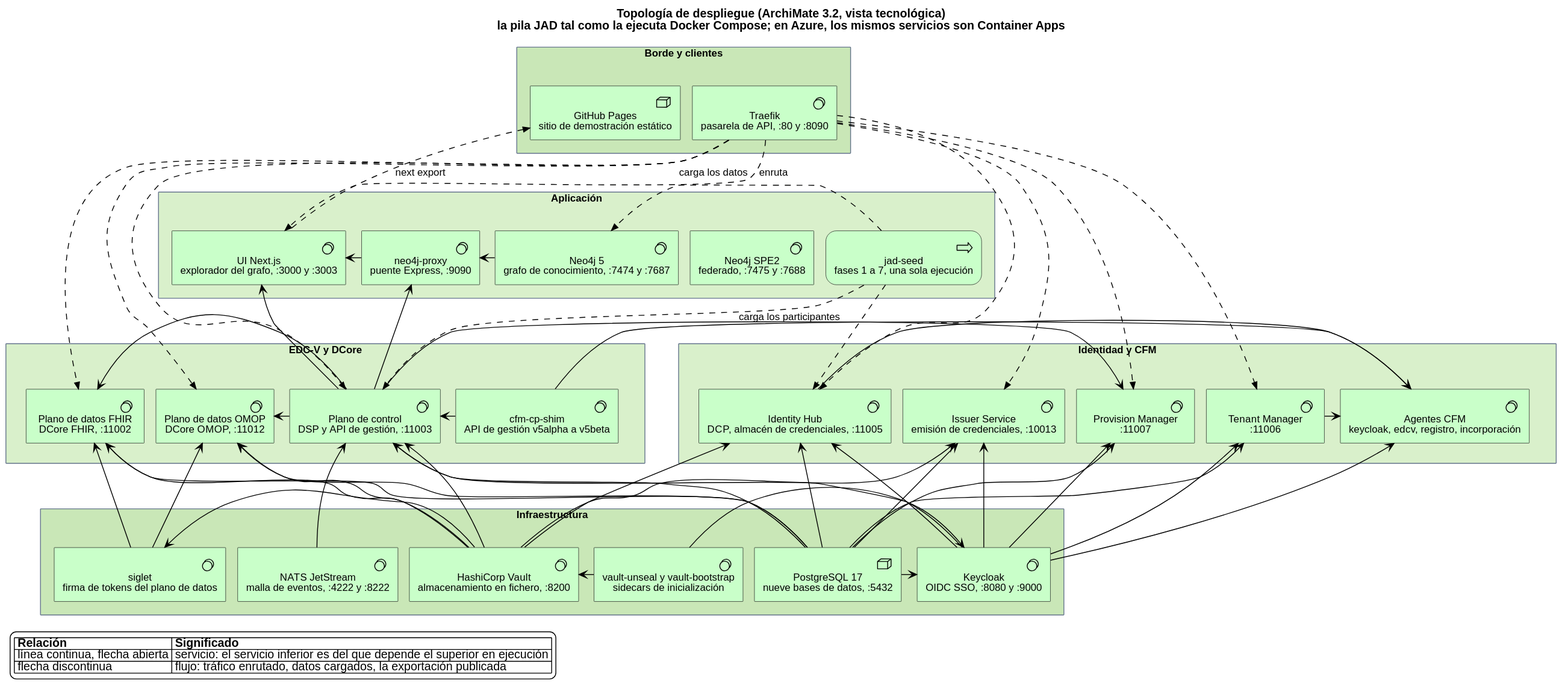
Before: docs/architecture/img/deployment.es.svg, a diagram exported from PlantUML (ma3u/MinimumViableHealthDataspacev2).
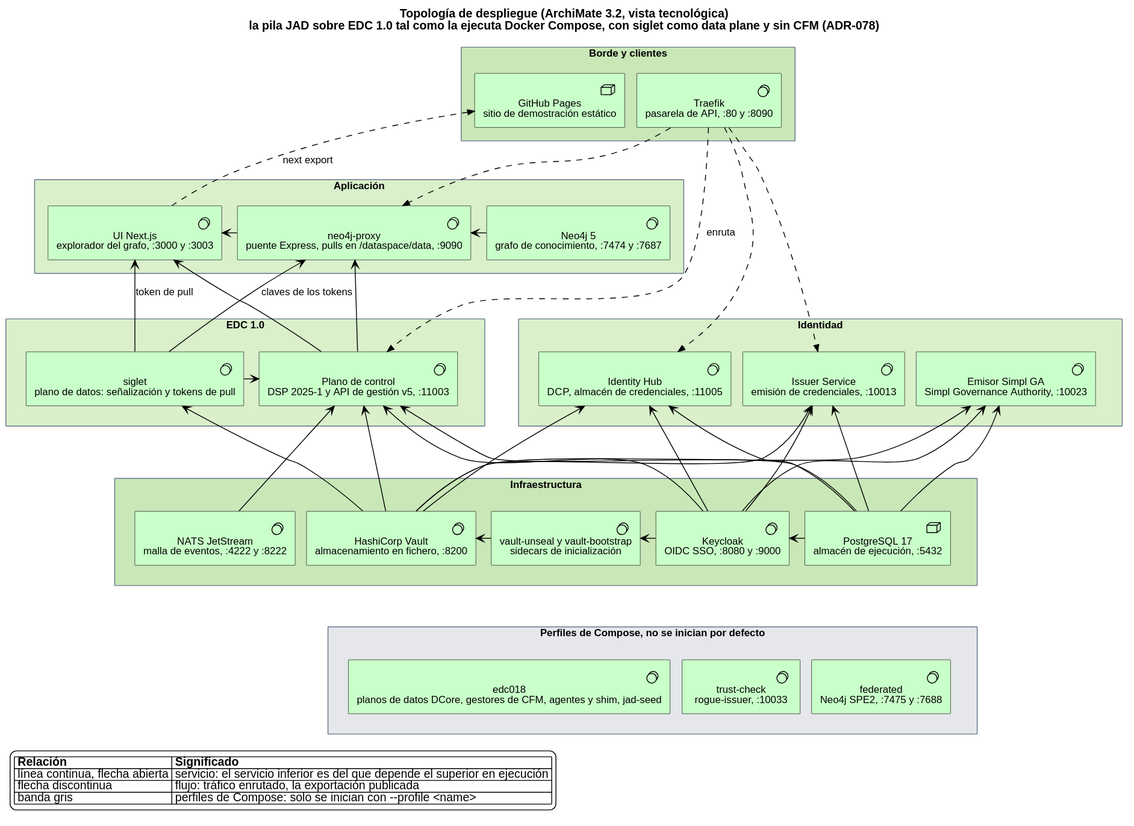
Above is the later version.

What changed in the source:
```diff
@@ -1,6 +1,6 @@
 @startuml
 !include <archimate/Archimate>
-title Topología de despliegue (ArchiMate 3.2, vista tecnológica)\nla pila JAD tal como la ejecuta Docker Compose; en Azure, los mismos servicios son Container Apps
+title Topología de despliegue (ArchiMate 3.2, vista tecnológica)\nla pila JAD sobre EDC 1.0 tal como la ejecuta Docker Compose, con siglet como data plane y sin CFM (ADR-078)
 skinparam defaultFontName Helvetica
 skinparam shadowing false
 skinparam nodesep 14
@@ -16,64 +16,50 @@
 }
 rectangle "Aplicación" as APP #D9F0CB {
   Technology_SystemSoftware(ui, "UI Next.js\nexplorador del grafo, :3000 y :3003")
-  Technology_SystemSoftware(proxy, "neo4j-proxy\npuente Express, :9090")
+  Technology_SystemSoftware(proxy, "neo4j-proxy\npuente Express, pulls en /dataspace/data, :9090")
   Technology_SystemSoftware(neo4j, "Neo4j 5\ngrafo de conocimiento, :7474 y :7687")
-  Technology_SystemSoftware(neo4j2, "Neo4j SPE2\nfederado, :7475 y :7688")
-  Technology_Process(seed, "jad-seed\nfases 1 a 7, una sola ejecución")
 }
-rectangle "EDC-V y DCore" as EDC #D9F0CB {
-  Technology_SystemSoftware(cp, "Plano de control\nDSP y API de gestión, :11003")
-  Technology_SystemSoftware(dpf, "Plano de datos FHIR\nDCore FHIR, :11002")
-  Technology_SystemSoftware(dpo, "Plano de datos OMOP\nDCore OMOP, :11012")
-  Technology_SystemSoftware(shim, "cfm-cp-shim\nAPI de gestión v5alpha a v5beta")
+rectangle "EDC 1.0" as EDC #D9F0CB {
+  Technology_SystemSoftware(cp, "Plano de control\nDSP 2025-1 y API de gestión v5, :11003")
+  Technology_SystemSoftware(sig, "siglet\nplano de datos: señalización y tokens de pull")
 }
-rectangle "Identidad y CFM" as IDM #D9F0CB {
+rectangle "Identidad" as IDM #D9F0CB {
   Technology_SystemSoftware(ih, "Identity Hub\nDCP, almacén de credenciales, :11005")
   Technology_SystemSoftware(is, "Issuer Service\nemisión de credenciales, :10013")
-  Technology_SystemSoftware(tm, "Tenant Manager\n:11006")
-  Technology_SystemSoftware(pm, "Provision Manager\n:11007")
-  Technology_SystemSoftware(agents, "Agentes CFM\nkeycloak, edcv, registro, incorporación")
+  Technology_SystemSoftware(sga, "Emisor Simpl GA\nSimpl Governance Authority, :10023")
 }
 rectangle "Infraestructura" as INFRA #C9E7B7 {
   Technology_SystemSoftware(kc, "Keycloak\nOIDC SSO, :8080 y :9000")
-  Technology_Node(pg, "PostgreSQL 17\nnueve bases de datos, :5432")
+  Technology_Node(pg, "PostgreSQL 17\nalmacén de ejecución, :5432")
   Technology_SystemSoftware(vault, "HashiCorp Vault\nalmacenamiento en fichero, :8200")
   Technology_SystemSoftware(vu, "vault-unseal y vault-bootstrap\nsidecars de inicialización")
-  Technology_SystemSoftware(sig, "siglet\nfirma de tokens del plano de datos")
   Technology_SystemSoftware(nats, "NATS JetStream\nmalla de eventos, :4222 y :8222")
 }
+rectangle "Perfiles de Compose, no se inician por defecto" as PROF #E5E7EB {
+  Technology_SystemSoftware(e018, "edc018\nplanos de datos DCore, gestores de CFM, agentes y shim, jad-seed")
+  Technology_SystemSoftware(trust, "trust-check\nrogue-issuer, :10033")
+  Technology_SystemSoftware(fed, "federated\nNeo4j SPE2, :7475 y :7688")
+}
 
-Rel_Flow(tfk, ui, "enruta")
-Rel_Flow(tfk, cp, " ")
-Rel_Flow(tfk, dpf, " ")
-Rel_Flow(tfk, dpo, " ")
+Rel_Flow(tfk, cp, "enruta")
+Rel_Flow(tfk, proxy, " ")
 Rel_Flow(tfk, ih, " ")
 Rel_Flow(tfk, is, " ")
-Rel_Flow(tfk, tm, " ")
-Rel_Flow(tfk, pm, " ")
 Rel_Flow_Up(ui, ghp, "next export")
 
 Rel_Serving_Right(proxy, ui)
 Rel_Serving_Up(cp, ui)
 Rel_Serving_Up(cp, proxy)
 Rel_Serving_Right(neo4j, proxy)
-Rel_Flow_Right(seed, neo4j, "carga los datos")
-Rel_Flow(seed, cp, "carga los participantes")
-Rel_Flow(seed, ih, " ")
+Rel_Serving_Up(sig, ui, "token de pull")
+Rel_Serving_Up(sig, proxy, "claves de los tokens")
 
 Rel_Serving_Up(pg, cp)
 Rel_Serving_Up(vault, cp)
 Rel_Serving_Up(nats, cp)
 Rel_Serving_Up(kc, cp)
-Rel_Serving_Left(cp, dpf)
-Rel_Serving_Left(cp, dpo)
-Rel_Serving_Up(pg, dpf)
-Rel_Serving_Up(vault, dpf)
-Rel_Serving_Up(pg, dpo)
-Rel_Serving_Up(vault, dpo)
-Rel_Serving_Up(sig, dpf)
-Rel_Serving_Up(sig, dpo)
-Rel_Serving_Left(shim, cp)
+Rel_Serving_Left(sig, cp)
+Rel_Serving_Up(vault, sig)
 
 Rel_Serving_Up(pg, ih)
 Rel_Serving_Up(vault, ih)
@@ -81,43 +67,33 @@
 Rel_Serving_Up(pg, is)
 Rel_Serving_Up(vault, is)
 Rel_Serving_Up(kc, is)
-Rel_Serving_Up(pg, tm)
-Rel_Serving_Up(kc, tm)
-Rel_Serving_Up(pg, pm)
-Rel_Serving_Up(kc, pm)
-Rel_Serving_Up(cp, pm)
-Rel_Serving_Up(kc, agents)
-Rel_Serving_Up(shim, agents)
-Rel_Serving_Right(ih, agents)
-Rel_Serving_Right(tm, agents)
+Rel_Serving_Up(pg, sga)
+Rel_Serving_Up(vault, sga)
+Rel_Serving_Up(kc, sga)
 
-Rel_Serving_Right(pg, kc)
-Rel_Serving_Right(vu, vault)
-Rel_Serving_Right(vu, kc)
-Rel_Serving_Right(vault, sig)
+Rel_Serving_Left(pg, kc)
+Rel_Serving_Left(kc, vu)
+Rel_Serving_Left(vu, vault)
 
 tfk -[hidden]right- ghp
 ui -[hidden]right- proxy
 proxy -[hidden]right- neo4j
-neo4j -[hidden]right- neo4j2
-neo4j2 -[hidden]right- seed
-cp -[hidden]right- dpf
-dpf -[hidden]right- dpo
-dpo -[hidden]right- shim
+cp -[hidden]right- sig
 ih -[hidden]right- is
-is -[hidden]right- tm
-tm -[hidden]right- pm
-pm -[hidden]right- agents
+is -[hidden]right- sga
+nats -[hidden]right- vault
+vault -[hidden]right- vu
+vu -[hidden]right- kc
 kc -[hidden]right- pg
-pg -[hidden]right- vault
-vault -[hidden]right- vu
-vu -[hidden]right- sig
-sig -[hidden]right- nats
 EDC -[hidden]right- IDM
+INFRA -[hidden]down- PROF
+e018 -[hidden]right- trust
+trust -[hidden]right- fed
 
 legend bottom left
 |= Relación |= Significado |
 | línea continua, flecha abierta | servicio: el servicio inferior es del que depende el superior en ejecución |
-| flecha discontinua | flujo: tráfico enrutado, datos cargados, la exportación publicada |
+| flecha discontinua | flujo: tráfico enrutado, la exportación publicada |
+| banda gris | perfiles de Compose: solo se inician con --profile <name> |
 endlegend
 @enduml
```
